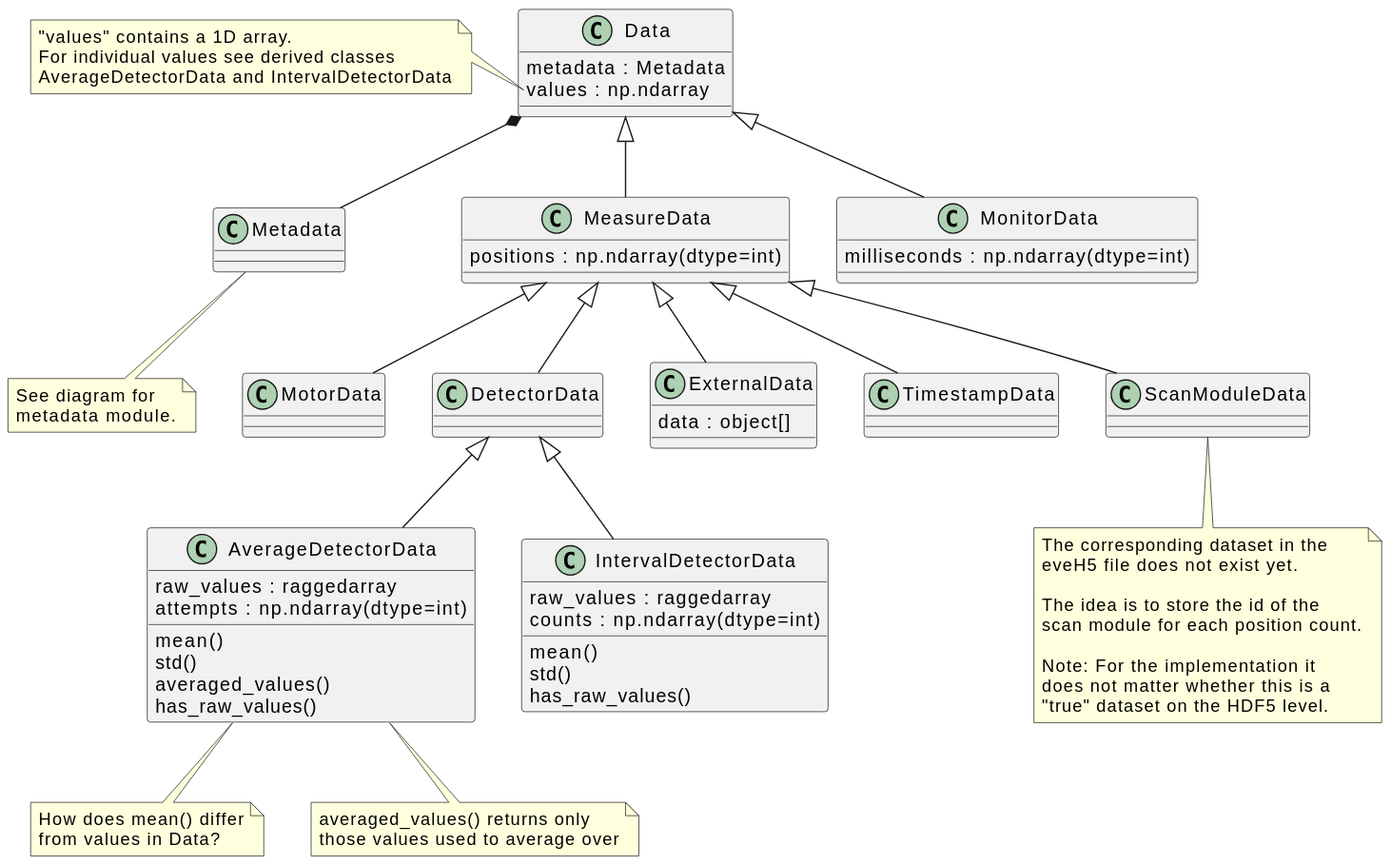
Before: docs/uml/evedata.evefile.data.svg, a diagram exported from PlantUML (tillbiskup/evedata).
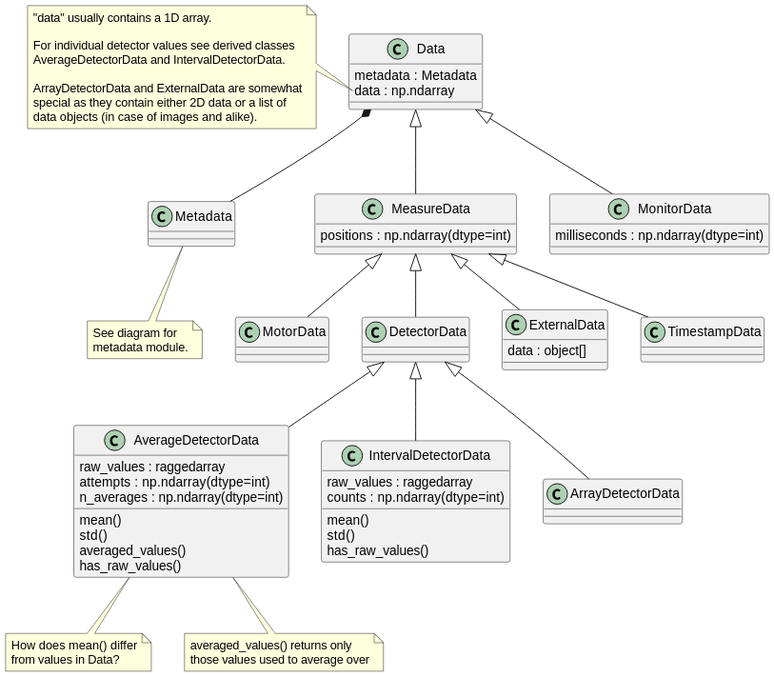
After the commit.

Change to the diagram source:
```diff
@@ -2,12 +2,17 @@
 
 class Data {
     metadata : Metadata
-    values : np.ndarray
+    data : np.ndarray
 }
-note left of Data::values
-    "values" contains a 1D array.
-    For individual values see derived classes
-    AverageDetectorData and IntervalDetectorData
+note left of Data::data
+    "data" usually contains a 1D array.
+
+    For individual detector values see derived classes
+    AverageDetectorData and IntervalDetectorData.
+
+    ArrayDetectorData and ExternalData are somewhat
+    special as they contain either 2D data or a list of
+    data objects (in case of images and alike).
 end note
 
 class Metadata {
@@ -35,23 +40,10 @@
 class TimestampData {
 }
 
-class ScanModuleData {
-}
-note bottom
-    The corresponding dataset in the
-    eveH5 file does not exist yet.
-
-    The idea is to store the id of the
-    scan module for each position count.
-
-    Note: For the implementation it
-    does not matter whether this is a
-    "true" dataset on the HDF5 level.
-end note
-
 class AverageDetectorData {
     raw_values : raggedarray
     {field} attempts : np.ndarray(dtype=int)
+    {field} n_averages : np.ndarray(dtype=int)
     mean()
     std()
     averaged_values()
@@ -68,6 +60,9 @@
     has_raw_values()
 }
 
+class ArrayDetectorData {
+}
+
 Data *-- Metadata
 Data <|-- MeasureData
 Data <|-- MonitorData
@@ -75,7 +70,7 @@
 MeasureData <|-- DetectorData
 MeasureData <|-- ExternalData
 MeasureData <|-- TimestampData
-MeasureData <|-- ScanModuleData
 DetectorData <|-- AverageDetectorData
 DetectorData <|-- IntervalDetectorData
+DetectorData <|-- ArrayDetectorData
 @enduml
```
